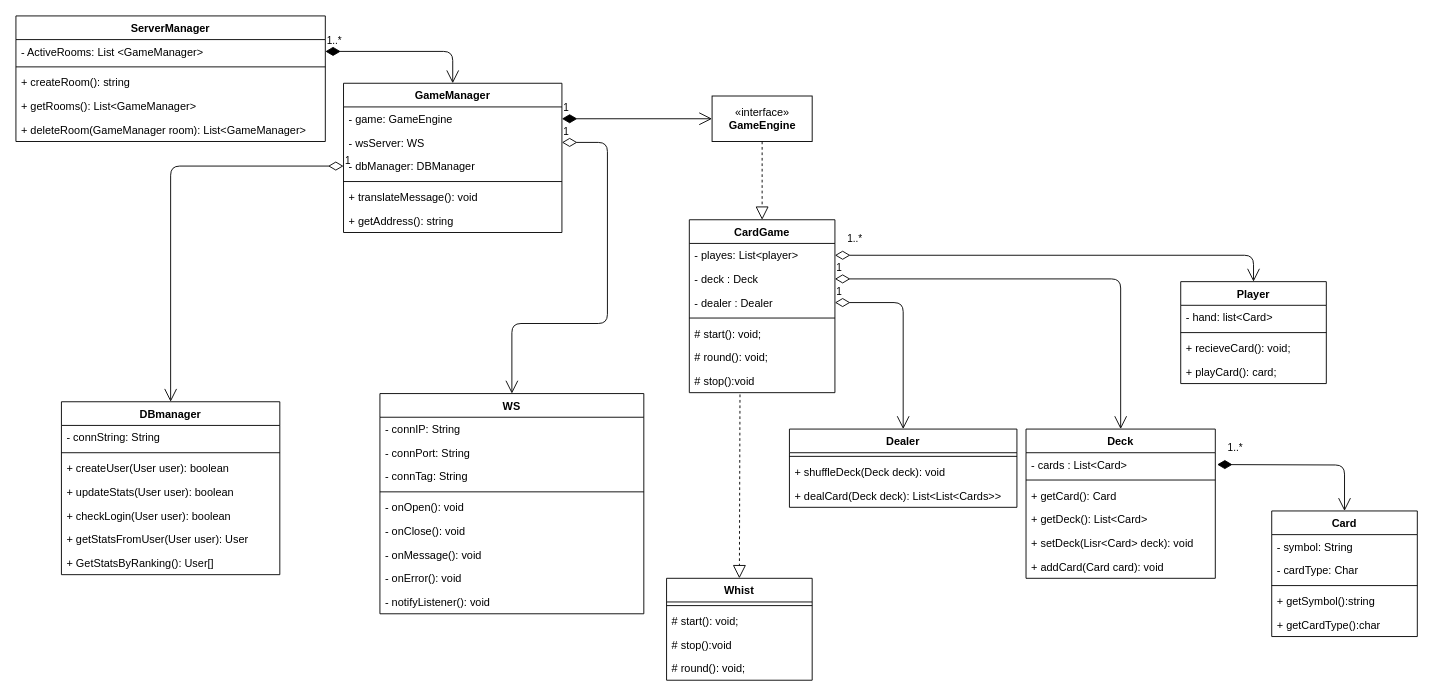
Earlier version of the draw.io diagram Dokumentation/KlasseDiagram.drawio (MarcusBou/KortKlubben). Source tidied: cells renumbered, new cells numbered last; positions are measured from the earlier drawing's top-left corner, leaving out a move shared by most shapes. Both pictures are drawn from the tidied source at 91%, with x=0, y=0 at pixel (15, 15).
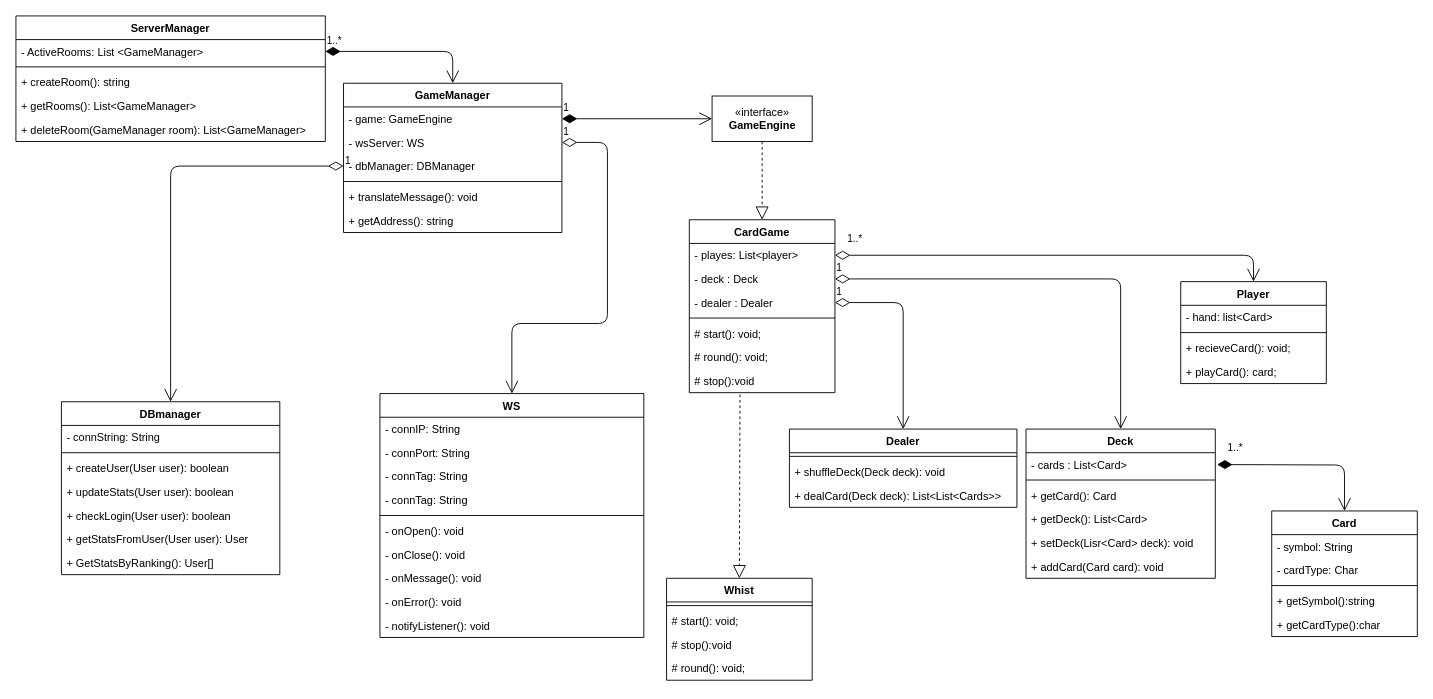
Above is the later version.

The edit, as a diff of the source:
```diff
@@
     <mxCell id="45" value="WS" style="swimlane;fontStyle=1;align=center;verticalAlign=top;horizontal=1;startSize=26;" parent="1" vertex="1">
-      <mxGeometry x="400" y="415" width="290" height="242" as="geometry" />
+      <mxGeometry x="400" y="415" width="290" height="268" as="geometry" />
     </mxCell>
@@
+    <mxCell id="79" value="- connTag: String" style="text;strokeColor=none;fillColor=none;align=left;verticalAlign=top;spacingLeft=4;spacingRight=4;overflow=hidden;" parent="45" vertex="1">
+      <mxGeometry y="104" width="290" height="26" as="geometry" />
+    </mxCell>
     <mxCell id="49" style="line;strokeWidth=1;fillColor=none;align=left;verticalAlign=middle;spacingTop=-1;spacingLeft=3;spacingRight=3;labelPosition=right;" parent="45" vertex="1">
-      <mxGeometry y="104" width="290" height="8" as="geometry" />
+      <mxGeometry y="130" width="290" height="8" as="geometry" />
     </mxCell>
     <mxCell id="50" value="- onOpen(): void" style="text;strokeColor=none;fillColor=none;align=left;verticalAlign=top;spacingLeft=4;spacingRight=4;overflow=hidden;" parent="45" vertex="1">
-      <mxGeometry y="112" width="290" height="26" as="geometry" />
+      <mxGeometry y="138" width="290" height="26" as="geometry" />
     </mxCell>
     <mxCell id="51" value="- onClose(): void" style="text;strokeColor=none;fillColor=none;align=left;verticalAlign=top;spacingLeft=4;spacingRight=4;overflow=hidden;" parent="45" vertex="1">
-      <mxGeometry y="138" width="290" height="26" as="geometry" />
+      <mxGeometry y="164" width="290" height="26" as="geometry" />
     </mxCell>
     <mxCell id="52" value="- onMessage(): void" style="text;strokeColor=none;fillColor=none;align=left;verticalAlign=top;spacingLeft=4;spacingRight=4;overflow=hidden;" parent="45" vertex="1">
-      <mxGeometry y="164" width="290" height="26" as="geometry" />
+      <mxGeometry y="190" width="290" height="26" as="geometry" />
     </mxCell>
     <mxCell id="53" value="- onError(): void" style="text;strokeColor=none;fillColor=none;align=left;verticalAlign=top;spacingLeft=4;spacingRight=4;overflow=hidden;" parent="45" vertex="1">
-      <mxGeometry y="190" width="290" height="26" as="geometry" />
+      <mxGeometry y="216" width="290" height="26" as="geometry" />
     </mxCell>
     <mxCell id="54" value="- notifyListener(): void" style="text;strokeColor=none;fillColor=none;align=left;verticalAlign=top;spacingLeft=4;spacingRight=4;overflow=hidden;" parent="45" vertex="1">
-      <mxGeometry y="216" width="290" height="26" as="geometry" />
+      <mxGeometry y="242" width="290" height="26" as="geometry" />
     </mxCell>
```
